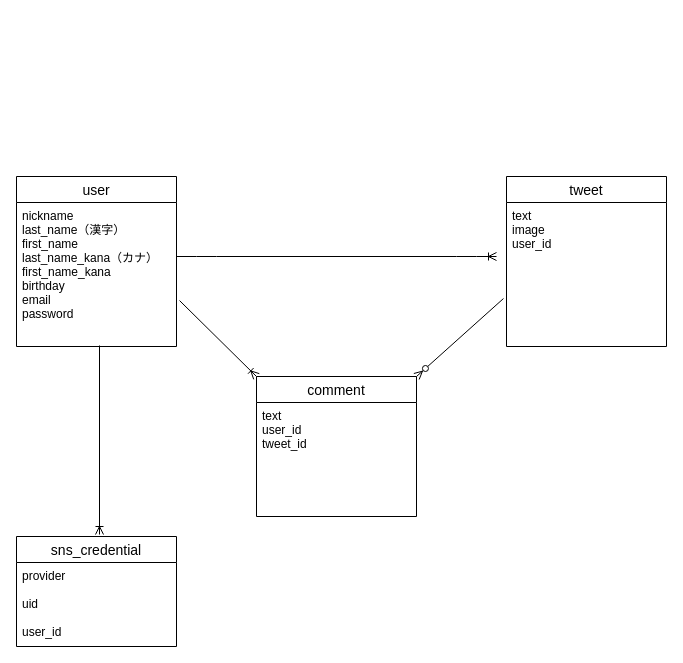
Earlier version of the draw.io diagram .dio (shigehiroakira/tweetapp). Source tidied: cells renumbered, new cells numbered last; positions are measured from the earlier drawing's top-left corner, leaving out a move shared by most shapes. Both pictures are drawn from the tidied source at 100%, with x=0, y=0 at pixel (16, 176).
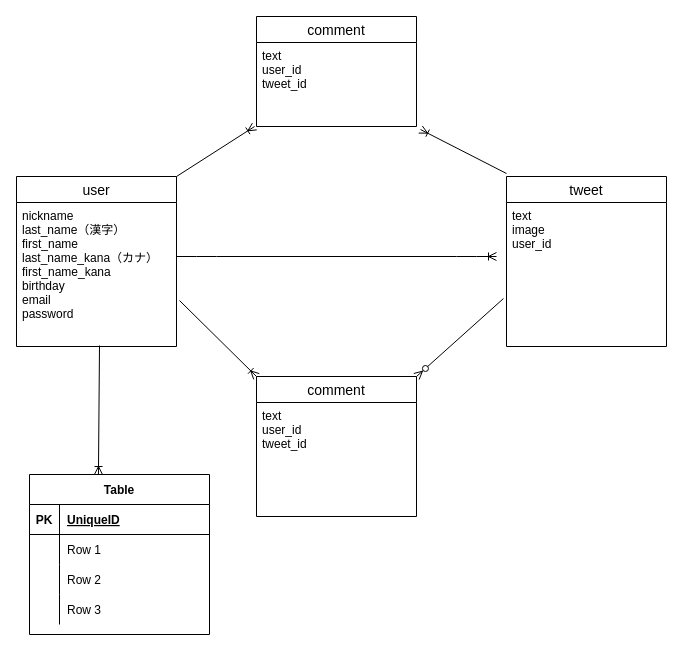
After the change.

Unchanged cells that the change refers to:
```xml
<mxCell id="2" value="user" style="swimlane;fontStyle=0;horizontal=1;startSize=26;align=center;fontSize=14;" parent="1" vertex="1">
  <mxGeometry width="160" height="170" as="geometry" />
</mxCell>
```

What changed in the source:
```diff
@@
-    <mxCell id="11" value="sns_credential" style="swimlane;fontStyle=0;horizontal=1;startSize=26;align=center;fontSize=14;" parent="1" vertex="1">
-      <mxGeometry y="360" width="160" height="110" as="geometry" />
+    <mxCell id="11" value="comment" style="swimlane;fontStyle=0;horizontal=1;startSize=26;align=center;fontSize=14;" parent="1" vertex="1">
+      <mxGeometry x="240" y="-160" width="160" height="110" as="geometry" />
     </mxCell>
-    <mxCell id="12" value="provider&#10;&#10;uid&#10;&#10;user_id" style="text;strokeColor=none;fillColor=none;spacingLeft=4;spacingRight=4;overflow=hidden;points=[[0,0.5],[1,0.5]];portConstraint=eastwest;fontSize=12;" parent="11" vertex="1">
+    <mxCell id="12" value="text&#10;user_id&#10;tweet_id" style="text;strokeColor=none;fillColor=none;spacingLeft=4;spacingRight=4;overflow=hidden;points=[[0,0.5],[1,0.5]];portConstraint=eastwest;fontSize=12;" parent="11" vertex="1">
       <mxGeometry y="26" width="160" height="84" as="geometry" />
     </mxCell>
-    <mxCell id="13" style="fontSize=12;html=1;endArrow=ERoneToMany;" parent="1" edge="1">
+    <mxCell id="13" style="fontSize=12;html=1;endArrow=ERoneToMany;entryX=0.383;entryY=0;entryDx=0;entryDy=0;entryPerimeter=0;" parent="1" edge="1" target="16">
       <mxGeometry relative="1" as="geometry">
         <mxPoint x="83" y="169" as="sourcePoint" />
-        <mxPoint x="83" y="358" as="targetPoint" />
       </mxGeometry>
     </mxCell>
+    <mxCell id="14" style="fontSize=12;html=1;endArrow=ERoneToMany;entryX=1.025;entryY=1.036;entryDx=0;entryDy=0;entryPerimeter=0;" parent="1" edge="1" target="12">
+      <mxGeometry relative="1" as="geometry">
+        <mxPoint x="490" y="-3" as="sourcePoint" />
+      </mxGeometry>
+    </mxCell>
+    <mxCell id="15" style="fontSize=12;html=1;endArrow=ERoneToMany;exitX=1;exitY=0;exitDx=0;exitDy=0;entryX=-0.012;entryY=1;entryDx=0;entryDy=0;entryPerimeter=0;" parent="1" edge="1" source="2" target="12">
+      <mxGeometry relative="1" as="geometry" />
+    </mxCell>
+    <mxCell id="16" value="Table" style="shape=table;startSize=30;childLayout=tableLayout;rowLines=0;fontStyle=1;align=center;" parent="1" vertex="1">
+      <mxGeometry x="13" y="298" width="180" height="160" as="geometry" />
+    </mxCell>
+    <mxCell id="17" style="shape=partialRectangle;fillColor=none;top=0;left=0;bottom=1;right=0;" parent="16" vertex="1">
+      <mxGeometry y="30" width="180" height="30" as="geometry" />
+    </mxCell>
+    <mxCell id="18" value="PK" style="shape=partialRectangle;fillColor=none;top=0;left=0;bottom=0;right=0;fontStyle=1;overflow=hidden;" parent="17" vertex="1">
+      <mxGeometry width="30" height="30" as="geometry" />
+    </mxCell>
+    <mxCell id="19" value="UniqueID" style="shape=partialRectangle;fillColor=none;top=0;left=0;bottom=0;right=0;align=left;spacingLeft=6;fontStyle=5;overflow=hidden;" parent="17" vertex="1">
+      <mxGeometry x="30" width="150" height="30" as="geometry" />
+    </mxCell>
+    <mxCell id="20" style="shape=partialRectangle;fillColor=none;top=0;left=0;bottom=0;right=0;" parent="16" vertex="1">
+      <mxGeometry y="60" width="180" height="30" as="geometry" />
+    </mxCell>
+    <mxCell id="21" style="shape=partialRectangle;fillColor=none;top=0;left=0;bottom=0;right=0;overflow=hidden;" parent="20" vertex="1">
+      <mxGeometry width="30" height="30" as="geometry" />
+    </mxCell>
+    <mxCell id="22" value="Row 1" style="shape=partialRectangle;fillColor=none;top=0;left=0;bottom=0;right=0;align=left;spacingLeft=6;overflow=hidden;" parent="20" vertex="1">
+      <mxGeometry x="30" width="150" height="30" as="geometry" />
+    </mxCell>
+    <mxCell id="23" style="shape=partialRectangle;fillColor=none;top=0;left=0;bottom=0;right=0;" parent="16" vertex="1">
+      <mxGeometry y="90" width="180" height="30" as="geometry" />
+    </mxCell>
+    <mxCell id="24" style="shape=partialRectangle;fillColor=none;top=0;left=0;bottom=0;right=0;overflow=hidden;" parent="23" vertex="1">
+      <mxGeometry width="30" height="30" as="geometry" />
+    </mxCell>
+    <mxCell id="25" value="Row 2" style="shape=partialRectangle;fillColor=none;top=0;left=0;bottom=0;right=0;align=left;spacingLeft=6;overflow=hidden;" parent="23" vertex="1">
+      <mxGeometry x="30" width="150" height="30" as="geometry" />
+    </mxCell>
+    <mxCell id="26" style="shape=partialRectangle;fillColor=none;top=0;left=0;bottom=0;right=0;" parent="16" vertex="1">
+      <mxGeometry y="120" width="180" height="30" as="geometry" />
+    </mxCell>
+    <mxCell id="27" style="shape=partialRectangle;fillColor=none;top=0;left=0;bottom=0;right=0;overflow=hidden;" parent="26" vertex="1">
+      <mxGeometry width="30" height="30" as="geometry" />
+    </mxCell>
+    <mxCell id="28" value="Row 3" style="shape=partialRectangle;fillColor=none;top=0;left=0;bottom=0;right=0;align=left;spacingLeft=6;overflow=hidden;" parent="26" vertex="1">
+      <mxGeometry x="30" width="150" height="30" as="geometry" />
+    </mxCell>
```
